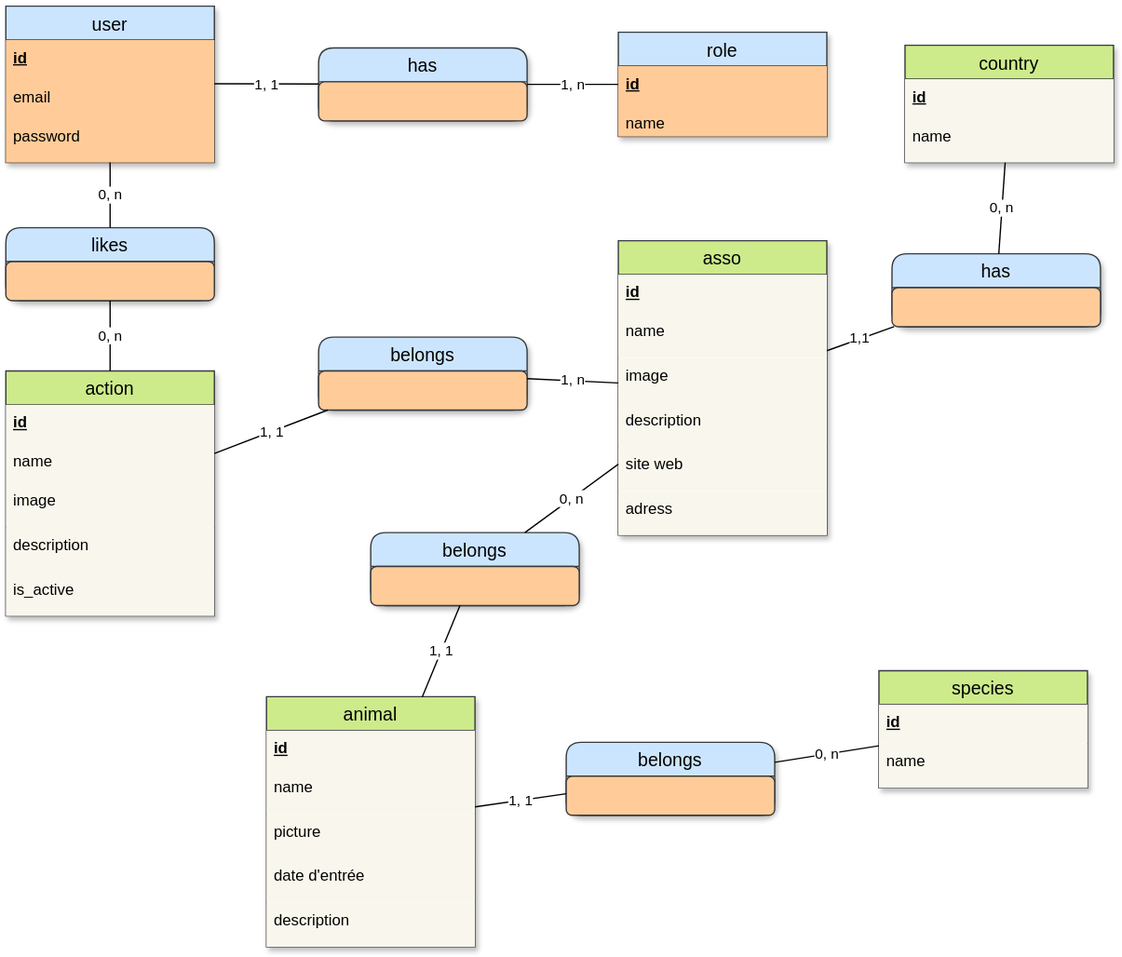
Before: code/merise/MCD.drawio.svg, a diagram exported from draw.io (manonjarzabeck/compawny). Source tidied: cells renumbered, new cells last; positions are measured from the earlier drawing's top-left corner, leaving out a move shared by most shapes.
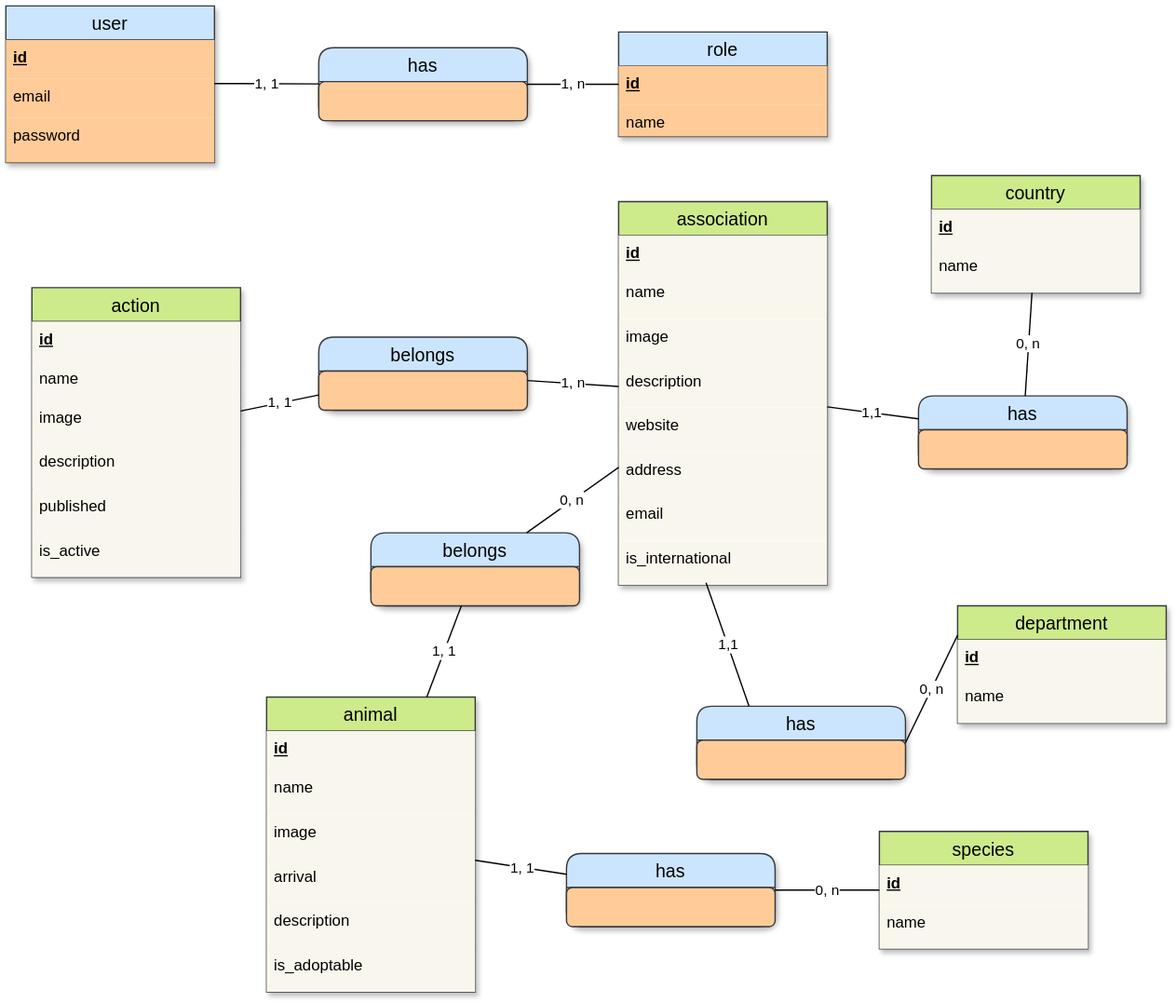
After the commit.

Change to the diagram source:
```diff
@@ -38,7 +38,7 @@
       <mxGeometry relative="1" as="geometry" />
     </mxCell>
     <mxCell id="13" value="action" style="swimlane;fontStyle=0;horizontal=1;startSize=26;align=center;fontSize=14;fillColor=#cdeb8b;shadow=1;swimlaneFillColor=default;strokeColor=#36393d;" parent="1" vertex="1">
-      <mxGeometry y="280" width="160" height="188" as="geometry" />
+      <mxGeometry x="20" y="216" width="160" height="222" as="geometry" />
     </mxCell>
     <mxCell id="14" value="id" style="text;spacingLeft=4;spacingRight=4;overflow=hidden;fontSize=12;whiteSpace=wrap;html=1;fontStyle=5;textShadow=0;fillColor=#f9f7ed;strokeColor=none;" parent="13" vertex="1">
       <mxGeometry y="26" width="160" height="30" as="geometry" />
@@ -52,11 +52,14 @@
     <mxCell id="17" value="description" style="text;strokeColor=none;fillColor=#f9f7ed;spacingLeft=4;spacingRight=4;overflow=hidden;fontSize=12;whiteSpace=wrap;html=1;strokeWidth=0;shadow=0;" parent="13" vertex="1">
       <mxGeometry y="120" width="160" height="34" as="geometry" />
     </mxCell>
+    <mxCell id="58" value="published" style="text;strokeColor=none;fillColor=#f9f7ed;spacingLeft=4;spacingRight=4;overflow=hidden;fontSize=12;whiteSpace=wrap;html=1;strokeWidth=0;shadow=0;" parent="13" vertex="1">
+      <mxGeometry y="154" width="160" height="34" as="geometry" />
+    </mxCell>
     <mxCell id="18" value="is_active" style="text;strokeColor=none;fillColor=#f9f7ed;spacingLeft=4;spacingRight=4;overflow=hidden;fontSize=12;whiteSpace=wrap;html=1;strokeWidth=0;shadow=0;" parent="13" vertex="1">
-      <mxGeometry y="154" width="160" height="34" as="geometry" />
+      <mxGeometry y="188" width="160" height="34" as="geometry" />
     </mxCell>
-    <mxCell id="19" value="asso" style="swimlane;fontStyle=0;horizontal=1;startSize=26;align=center;fontSize=14;fillColor=#cdeb8b;shadow=1;swimlaneFillColor=default;strokeColor=#36393d;" parent="1" vertex="1">
-      <mxGeometry x="470" y="180" width="160" height="226" as="geometry" />
+    <mxCell id="19" value="association" style="swimlane;fontStyle=0;horizontal=1;startSize=26;align=center;fontSize=14;fillColor=#cdeb8b;shadow=1;swimlaneFillColor=default;strokeColor=#36393d;" parent="1" vertex="1">
+      <mxGeometry x="470" y="150" width="160" height="294" as="geometry" />
     </mxCell>
     <mxCell id="20" value="id" style="text;spacingLeft=4;spacingRight=4;overflow=hidden;fontSize=12;whiteSpace=wrap;html=1;fontStyle=5;textShadow=0;fillColor=#f9f7ed;strokeColor=none;" parent="19" vertex="1">
       <mxGeometry y="26" width="160" height="30" as="geometry" />
@@ -70,20 +73,20 @@
     <mxCell id="23" value="description" style="text;strokeColor=none;fillColor=#f9f7ed;spacingLeft=4;spacingRight=4;overflow=hidden;fontSize=12;whiteSpace=wrap;html=1;strokeWidth=0;shadow=0;" parent="19" vertex="1">
       <mxGeometry y="124" width="160" height="34" as="geometry" />
     </mxCell>
-    <mxCell id="24" value="site web" style="text;strokeColor=none;fillColor=#f9f7ed;spacingLeft=4;spacingRight=4;overflow=hidden;fontSize=12;whiteSpace=wrap;html=1;strokeWidth=0;shadow=0;" parent="19" vertex="1">
+    <mxCell id="24" value="website" style="text;strokeColor=none;fillColor=#f9f7ed;spacingLeft=4;spacingRight=4;overflow=hidden;fontSize=12;whiteSpace=wrap;html=1;strokeWidth=0;shadow=0;" parent="19" vertex="1">
       <mxGeometry y="158" width="160" height="34" as="geometry" />
     </mxCell>
-    <mxCell id="25" value="adress" style="text;strokeColor=none;fillColor=#f9f7ed;spacingLeft=4;spacingRight=4;overflow=hidden;fontSize=12;whiteSpace=wrap;html=1;strokeWidth=0;shadow=0;" parent="19" vertex="1">
+    <mxCell id="25" value="address" style="text;strokeColor=none;fillColor=#f9f7ed;spacingLeft=4;spacingRight=4;overflow=hidden;fontSize=12;whiteSpace=wrap;html=1;strokeWidth=0;shadow=0;" parent="19" vertex="1">
       <mxGeometry y="192" width="160" height="34" as="geometry" />
     </mxCell>
-    <mxCell id="26" value="likes" style="swimlane;fontStyle=0;horizontal=1;startSize=26;align=center;fontSize=14;fillColor=#cce5ff;strokeColor=#36393d;rounded=1;shadow=1;swimlaneFillColor=default;" parent="1" vertex="1">
-      <mxGeometry y="170" width="160" height="56" as="geometry" />
-    </mxCell>
-    <mxCell id="27" style="text;spacingLeft=4;spacingRight=4;overflow=hidden;fontSize=12;whiteSpace=wrap;html=1;fontStyle=5;textShadow=0;fillColor=#ffcc99;strokeColor=#36393d;rounded=1;" parent="26" vertex="1">
-      <mxGeometry y="26" width="160" height="30" as="geometry" />
-    </mxCell>
+    <mxCell id="59" value="email" style="text;strokeColor=none;fillColor=#f9f7ed;spacingLeft=4;spacingRight=4;overflow=hidden;fontSize=12;whiteSpace=wrap;html=1;strokeWidth=0;shadow=0;" parent="19" vertex="1">
+      <mxGeometry y="226" width="160" height="34" as="geometry" />
+    </mxCell>
+    <mxCell id="60" value="is_international" style="text;strokeColor=none;fillColor=#f9f7ed;spacingLeft=4;spacingRight=4;overflow=hidden;points=[[0,0.5],[1,0.5]];portConstraint=eastwest;fontSize=12;whiteSpace=wrap;html=1;strokeWidth=0;shadow=0;" parent="19" vertex="1">
+      <mxGeometry y="260" width="160" height="34" as="geometry" />
+    </mxCell>
     <mxCell id="28" value="animal" style="swimlane;fontStyle=0;horizontal=1;startSize=26;align=center;fontSize=14;fillColor=#cdeb8b;shadow=1;swimlaneFillColor=default;strokeColor=#36393d;" parent="1" vertex="1">
-      <mxGeometry x="200" y="530" width="160" height="192" as="geometry" />
+      <mxGeometry x="200" y="530" width="160" height="226" as="geometry" />
     </mxCell>
     <mxCell id="29" value="id" style="text;spacingLeft=4;spacingRight=4;overflow=hidden;fontSize=12;whiteSpace=wrap;html=1;fontStyle=5;textShadow=0;fillColor=#f9f7ed;strokeColor=none;" parent="28" vertex="1">
       <mxGeometry y="26" width="160" height="30" as="geometry" />
@@ -91,21 +94,18 @@
     <mxCell id="30" value="name" style="text;strokeColor=none;fillColor=#f9f7ed;spacingLeft=4;spacingRight=4;overflow=hidden;fontSize=12;whiteSpace=wrap;html=1;strokeWidth=0;shadow=0;" parent="28" vertex="1">
       <mxGeometry y="56" width="160" height="34" as="geometry" />
     </mxCell>
-    <mxCell id="31" value="picture" style="text;strokeColor=none;fillColor=#f9f7ed;spacingLeft=4;spacingRight=4;overflow=hidden;fontSize=12;whiteSpace=wrap;html=1;strokeWidth=0;shadow=0;" parent="28" vertex="1">
+    <mxCell id="31" value="image" style="text;strokeColor=none;fillColor=#f9f7ed;spacingLeft=4;spacingRight=4;overflow=hidden;fontSize=12;whiteSpace=wrap;html=1;strokeWidth=0;shadow=0;" parent="28" vertex="1">
       <mxGeometry y="90" width="160" height="34" as="geometry" />
     </mxCell>
-    <mxCell id="32" value="date d'entrée&amp;nbsp;" style="text;strokeColor=none;fillColor=#f9f7ed;spacingLeft=4;spacingRight=4;overflow=hidden;fontSize=12;whiteSpace=wrap;html=1;strokeWidth=0;shadow=0;" parent="28" vertex="1">
+    <mxCell id="32" value="arrival" style="text;strokeColor=none;fillColor=#f9f7ed;spacingLeft=4;spacingRight=4;overflow=hidden;fontSize=12;whiteSpace=wrap;html=1;strokeWidth=0;shadow=0;" parent="28" vertex="1">
       <mxGeometry y="124" width="160" height="34" as="geometry" />
     </mxCell>
     <mxCell id="33" value="description" style="text;strokeColor=none;fillColor=#f9f7ed;spacingLeft=4;spacingRight=4;overflow=hidden;fontSize=12;whiteSpace=wrap;html=1;strokeWidth=0;shadow=0;" parent="28" vertex="1">
       <mxGeometry y="158" width="160" height="34" as="geometry" />
     </mxCell>
-    <mxCell id="34" value="0, n" style="endArrow=none;html=1;rounded=0;entryX=0.5;entryY=0;entryDx=0;entryDy=0;" parent="1" edge="1" source="2" target="26">
-      <mxGeometry relative="1" as="geometry" />
-    </mxCell>
-    <mxCell id="35" value="0, n" style="endArrow=none;html=1;rounded=0;exitX=0.5;exitY=0;exitDx=0;exitDy=0;" parent="1" edge="1" source="13" target="26">
-      <mxGeometry relative="1" as="geometry" />
-    </mxCell>
+    <mxCell id="61" value="is_adoptable" style="text;strokeColor=none;fillColor=#f9f7ed;spacingLeft=4;spacingRight=4;overflow=hidden;fontSize=12;whiteSpace=wrap;html=1;strokeWidth=0;shadow=0;" parent="28" vertex="1">
+      <mxGeometry y="192" width="160" height="34" as="geometry" />
+    </mxCell>
     <mxCell id="36" value="belongs" style="swimlane;fontStyle=0;horizontal=1;startSize=26;align=center;fontSize=14;fillColor=#cce5ff;strokeColor=#36393d;rounded=1;shadow=1;swimlaneFillColor=default;" parent="1" vertex="1">
       <mxGeometry x="240" y="254" width="160" height="56" as="geometry" />
     </mxCell>
@@ -119,7 +119,7 @@
       <mxGeometry relative="1" as="geometry" />
     </mxCell>
     <mxCell id="40" value="country" style="swimlane;fontStyle=0;horizontal=1;startSize=26;align=center;fontSize=14;fillColor=#cdeb8b;shadow=1;swimlaneFillColor=default;strokeColor=#36393d;" parent="1" vertex="1">
-      <mxGeometry x="690" y="30" width="160" height="90" as="geometry" />
+      <mxGeometry x="710" y="130" width="160" height="90" as="geometry" />
     </mxCell>
     <mxCell id="41" value="id" style="text;spacingLeft=4;spacingRight=4;overflow=hidden;fontSize=12;whiteSpace=wrap;html=1;fontStyle=5;textShadow=0;fillColor=#f9f7ed;strokeColor=none;" parent="40" vertex="1">
       <mxGeometry y="26" width="160" height="30" as="geometry" />
@@ -128,7 +128,7 @@
       <mxGeometry y="56" width="160" height="34" as="geometry" />
     </mxCell>
     <mxCell id="43" value="has" style="swimlane;fontStyle=0;horizontal=1;startSize=26;align=center;fontSize=14;fillColor=#cce5ff;strokeColor=#36393d;rounded=1;shadow=1;swimlaneFillColor=default;" parent="1" vertex="1">
-      <mxGeometry x="680" y="190" width="160" height="56" as="geometry" />
+      <mxGeometry x="700" y="299" width="160" height="56" as="geometry" />
     </mxCell>
     <mxCell id="44" style="text;spacingLeft=4;spacingRight=4;overflow=hidden;fontSize=12;whiteSpace=wrap;html=1;fontStyle=5;textShadow=0;fillColor=#ffcc99;strokeColor=#36393d;rounded=1;" parent="43" vertex="1">
       <mxGeometry y="26" width="160" height="30" as="geometry" />
@@ -140,7 +140,7 @@
       <mxGeometry relative="1" as="geometry" />
     </mxCell>
     <mxCell id="47" value="species" style="swimlane;fontStyle=0;horizontal=1;startSize=26;align=center;fontSize=14;fillColor=#cdeb8b;shadow=1;swimlaneFillColor=default;strokeColor=#36393d;" parent="1" vertex="1">
-      <mxGeometry x="670" y="510" width="160" height="90" as="geometry" />
+      <mxGeometry x="670" y="633" width="160" height="90" as="geometry" />
     </mxCell>
     <mxCell id="48" value="id" style="text;spacingLeft=4;spacingRight=4;overflow=hidden;fontSize=12;whiteSpace=wrap;html=1;fontStyle=5;textShadow=0;fillColor=#f9f7ed;strokeColor=none;" parent="47" vertex="1">
       <mxGeometry y="26" width="160" height="30" as="geometry" />
@@ -148,8 +148,8 @@
     <mxCell id="49" value="name" style="text;strokeColor=none;fillColor=#f9f7ed;spacingLeft=4;spacingRight=4;overflow=hidden;fontSize=12;whiteSpace=wrap;html=1;strokeWidth=0;shadow=0;" parent="47" vertex="1">
       <mxGeometry y="56" width="160" height="34" as="geometry" />
     </mxCell>
-    <mxCell id="50" value="belongs" style="swimlane;fontStyle=0;horizontal=1;startSize=26;align=center;fontSize=14;fillColor=#cce5ff;strokeColor=#36393d;rounded=1;shadow=1;swimlaneFillColor=default;" parent="1" vertex="1">
-      <mxGeometry x="430" y="565" width="160" height="56" as="geometry" />
+    <mxCell id="50" value="has" style="swimlane;fontStyle=0;horizontal=1;startSize=26;align=center;fontSize=14;fillColor=#cce5ff;strokeColor=#36393d;rounded=1;shadow=1;swimlaneFillColor=default;" parent="1" vertex="1">
+      <mxGeometry x="430" y="650" width="160" height="56" as="geometry" />
     </mxCell>
     <mxCell id="51" style="text;spacingLeft=4;spacingRight=4;overflow=hidden;fontSize=12;whiteSpace=wrap;html=1;fontStyle=5;textShadow=0;fillColor=#ffcc99;strokeColor=#36393d;rounded=1;" parent="50" vertex="1">
       <mxGeometry y="26" width="160" height="30" as="geometry" />
@@ -172,5 +172,26 @@
     <mxCell id="57" value="1, 1" style="endArrow=none;html=1;rounded=0;" parent="1" edge="1" source="28" target="54">
       <mxGeometry relative="1" as="geometry" />
     </mxCell>
+    <mxCell id="62" value="has" style="swimlane;fontStyle=0;horizontal=1;startSize=26;align=center;fontSize=14;fillColor=#cce5ff;strokeColor=#36393d;rounded=1;shadow=1;swimlaneFillColor=default;" parent="1" vertex="1">
+      <mxGeometry x="530" y="537" width="160" height="56" as="geometry" />
+    </mxCell>
+    <mxCell id="27" style="text;spacingLeft=4;spacingRight=4;overflow=hidden;fontSize=12;whiteSpace=wrap;html=1;fontStyle=5;textShadow=0;fillColor=#ffcc99;strokeColor=#36393d;rounded=1;" parent="62" vertex="1">
+      <mxGeometry y="26" width="160" height="30" as="geometry" />
+    </mxCell>
+    <mxCell id="63" value="department" style="swimlane;fontStyle=0;horizontal=1;startSize=26;align=center;fontSize=14;fillColor=#cdeb8b;shadow=1;swimlaneFillColor=default;strokeColor=#36393d;" parent="1" vertex="1">
+      <mxGeometry x="730" y="460" width="160" height="90" as="geometry" />
+    </mxCell>
+    <mxCell id="64" value="id" style="text;spacingLeft=4;spacingRight=4;overflow=hidden;fontSize=12;whiteSpace=wrap;html=1;fontStyle=5;textShadow=0;fillColor=#f9f7ed;strokeColor=none;" parent="63" vertex="1">
+      <mxGeometry y="26" width="160" height="30" as="geometry" />
+    </mxCell>
+    <mxCell id="65" value="name" style="text;strokeColor=none;fillColor=#f9f7ed;spacingLeft=4;spacingRight=4;overflow=hidden;fontSize=12;whiteSpace=wrap;html=1;strokeWidth=0;shadow=0;" parent="63" vertex="1">
+      <mxGeometry y="56" width="160" height="34" as="geometry" />
+    </mxCell>
+    <mxCell id="66" value="1,1" style="endArrow=none;html=1;rounded=0;entryX=0.25;entryY=0;entryDx=0;entryDy=0;exitX=0.419;exitY=0.951;exitDx=0;exitDy=0;exitPerimeter=0;" parent="1" edge="1" source="60" target="62">
+      <mxGeometry relative="1" as="geometry" />
+    </mxCell>
+    <mxCell id="67" value="0, n" style="endArrow=none;html=1;rounded=0;entryX=0;entryY=0.25;entryDx=0;entryDy=0;exitX=1;exitY=0.5;exitDx=0;exitDy=0;" parent="1" edge="1" source="62" target="63">
+      <mxGeometry relative="1" as="geometry" />
+    </mxCell>
   </root>
 </mxGraphModel>
```
